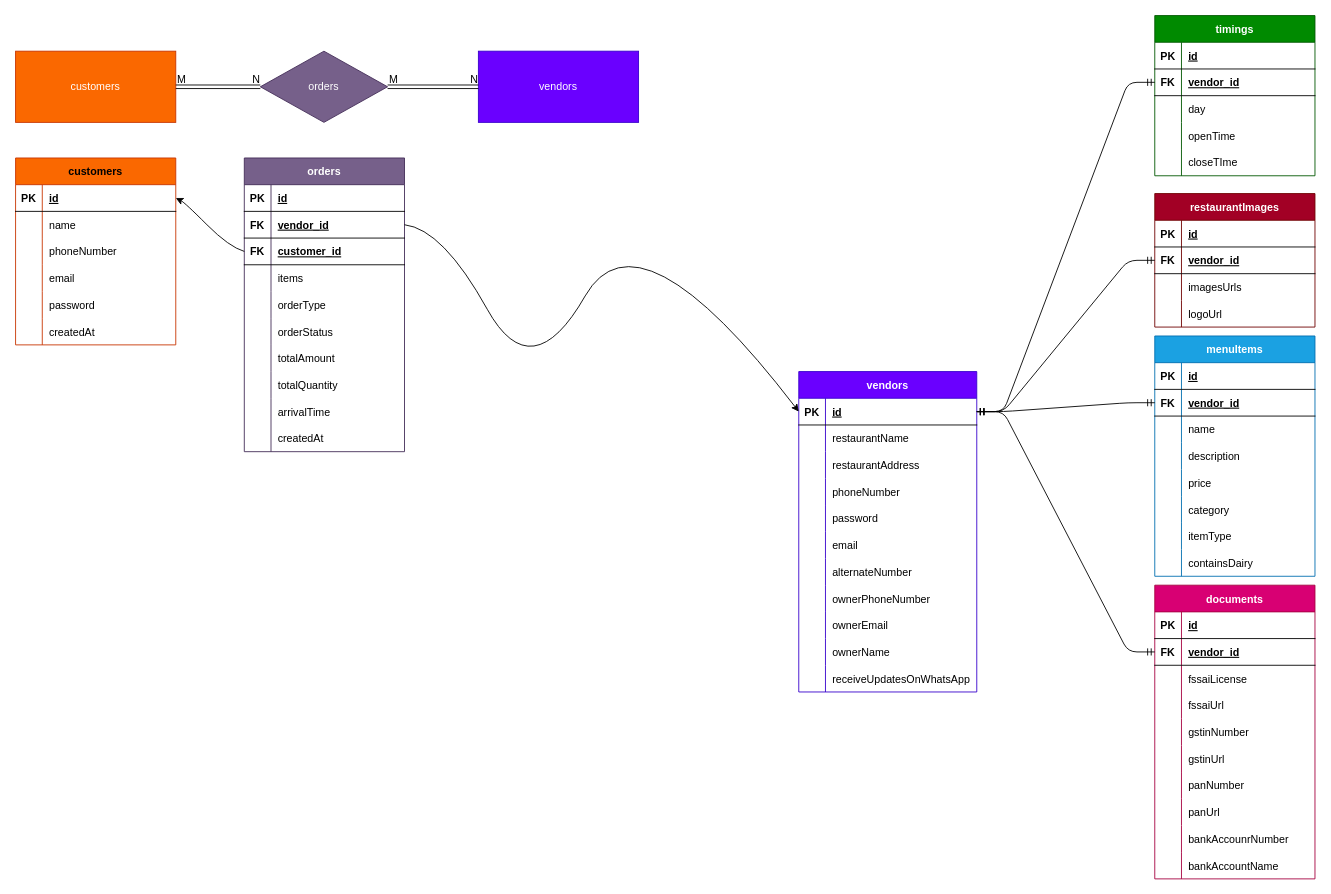
DebmalyaSen34/preperly-App keeps this draw.io diagram as preperly-api-ts/scratch.drawio. Above is the earlier version. Source tidied: cells renumbered, new cells numbered last; positions are measured from the earlier drawing's top-left corner, leaving out a move shared by most shapes. Both pictures are drawn from the tidied source at 89%, with x=0, y=0 at pixel (15, 15).
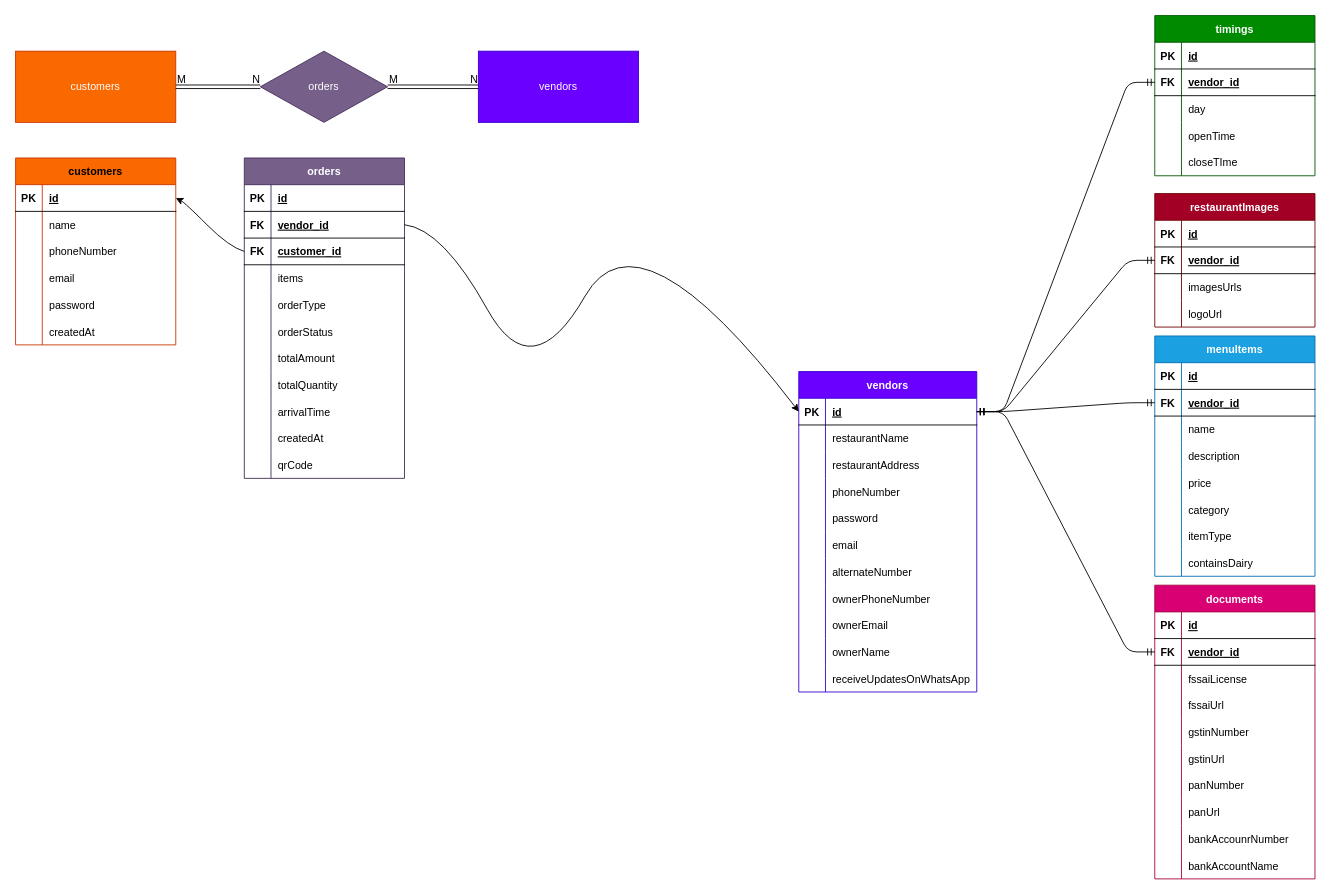
Above is the later version.

Diff of the diagram source:
```diff
@@
     <mxCell id="134" value="orders" style="shape=table;startSize=30;childLayout=tableLayout;rowLines=0;fontStyle=1;align=center;fillColor=#76608a;fontColor=#ffffff;strokeColor=#432D57;" parent="1" vertex="1">
-      <mxGeometry x="257" y="160" width="180" height="330" as="geometry" />
+      <mxGeometry x="257" y="160" width="180" height="360" as="geometry" />
     </mxCell>
@@
+    <mxCell id="186" style="shape=tableRow;horizontal=0;startSize=0;swimlaneHead=0;swimlaneBody=0;fillColor=none;top=0;left=0;right=0;bottom=0;" parent="134" vertex="1">
+      <mxGeometry y="330" width="180" height="30" as="geometry" />
+    </mxCell>
+    <mxCell id="187" style="shape=partialRectangle;fillColor=none;top=0;left=0;bottom=0;right=0;overflow=hidden;" parent="186" vertex="1">
+      <mxGeometry width="30" height="30" as="geometry" />
+    </mxCell>
+    <mxCell id="188" value="qrCode" style="shape=partialRectangle;fillColor=none;top=0;left=0;bottom=0;right=0;align=left;spacingLeft=6;overflow=hidden;" parent="186" vertex="1">
+      <mxGeometry x="30" width="150" height="30" as="geometry" />
+    </mxCell>
```
